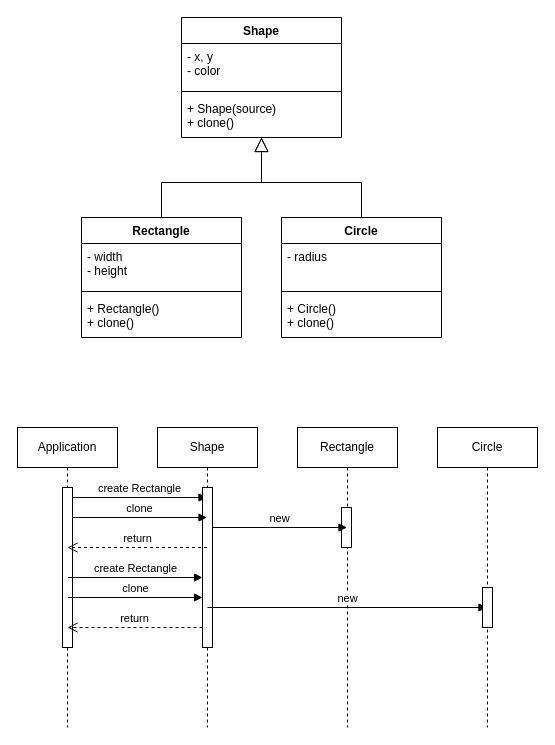
estebansalas18/Patrones-GoF keeps this draw.io diagram as page "Prototype" (4 of 10) of patrones_creacionales/Diagrama sin título.drawio. Above is the earlier version. Source tidied: cells renumbered, new cells numbered last; positions are measured from the earlier drawing's top-left corner, leaving out a move shared by most shapes. Both pictures are drawn from the tidied source at 100%, with x=0, y=0 at pixel (17, 17).
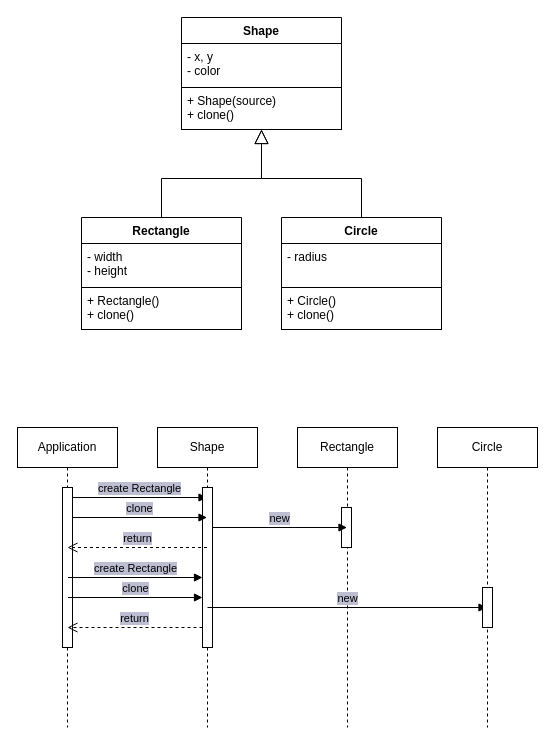
The same page after the edit.

The change refers to these unchanged cells:
```xml
<mxCell id="16" value="Application" style="shape=umlLifeline;perimeter=lifelinePerimeter;whiteSpace=wrap;html=1;" parent="1" vertex="1">
  <mxGeometry y="410" width="100" height="300" as="geometry" />
</mxCell>
<mxCell id="19" value="Shape" style="shape=umlLifeline;perimeter=lifelinePerimeter;whiteSpace=wrap;html=1;outlineConnect=0;" parent="1" vertex="1">
  <mxGeometry x="140" y="410" width="100" height="300" as="geometry" />
</mxCell>
<mxCell id="25" value="Rectangle" style="shape=umlLifeline;perimeter=lifelinePerimeter;whiteSpace=wrap;html=1;" parent="1" vertex="1">
  <mxGeometry x="280" y="410" width="100" height="300" as="geometry" />
</mxCell>
<mxCell id="29" value="Circle" style="shape=umlLifeline;perimeter=lifelinePerimeter;whiteSpace=wrap;html=1;outlineConnect=0;" parent="1" vertex="1">
  <mxGeometry x="420" y="410" width="100" height="300" as="geometry" />
</mxCell>
```

What changed in the source:
```diff
@@
-    <mxCell id="2" value="Shape" style="swimlane;fontStyle=1;align=center;verticalAlign=top;horizontal=1;startSize=26;" parent="1" vertex="1">
-      <mxGeometry x="164" width="160" height="120" as="geometry" />
+    <mxCell id="2" value="Shape" style="swimlane;fontStyle=1;align=center;verticalAlign=top;horizontal=1;startSize=26;fillColor=#FFFFFF;strokeColor=#000000;" parent="1" vertex="1">
+      <mxGeometry x="164" width="160" height="112" as="geometry" />
     </mxCell>
-    <mxCell id="3" value="- x, y&#10;- color" style="text;strokeColor=none;fillColor=none;align=left;verticalAlign=top;spacingLeft=4;spacingRight=4;overflow=hidden;" parent="2" vertex="1">
+    <mxCell id="3" value="- x, y&#10;- color" style="text;strokeColor=#000000;fillColor=#FFFFFF;align=left;verticalAlign=top;spacingLeft=4;spacingRight=4;overflow=hidden;" parent="2" vertex="1">
       <mxGeometry y="26" width="160" height="44" as="geometry" />
     </mxCell>
-    <mxCell id="4" style="line;strokeWidth=1;fillColor=none;align=left;verticalAlign=middle;spacingTop=-1;spacingLeft=3;spacingRight=3;labelPosition=right;" parent="2" vertex="1">
-      <mxGeometry y="70" width="160" height="8" as="geometry" />
-    </mxCell>
-    <mxCell id="5" value="+ Shape(source)&#10;+ clone()" style="text;strokeColor=none;fillColor=none;align=left;verticalAlign=top;spacingLeft=4;spacingRight=4;overflow=hidden;" parent="2" vertex="1">
-      <mxGeometry y="78" width="160" height="42" as="geometry" />
+    <mxCell id="5" value="+ Shape(source)&#10;+ clone()" style="text;strokeColor=#000000;fillColor=#FFFFFF;align=left;verticalAlign=top;spacingLeft=4;spacingRight=4;overflow=hidden;" parent="2" vertex="1">
+      <mxGeometry y="70" width="160" height="42" as="geometry" />
     </mxCell>
-    <mxCell id="6" style="edgeStyle=orthogonalEdgeStyle;rounded=0;jettySize=auto;html=1;endArrow=block;endFill=0;endSize=12;strokeWidth=1;" parent="1" edge="1" source="7" target="2">
+    <mxCell id="6" style="edgeStyle=orthogonalEdgeStyle;rounded=0;jettySize=auto;html=1;endArrow=block;endFill=0;endSize=12;strokeWidth=1;fillColor=#FFFFFF;strokeColor=#000000;" parent="1" edge="1" source="7" target="2">
       <mxGeometry relative="1" as="geometry" />
     </mxCell>
-    <mxCell id="7" value="Rectangle" style="swimlane;fontStyle=1;align=center;verticalAlign=top;horizontal=1;startSize=26;" parent="1" vertex="1">
-      <mxGeometry x="64" y="200" width="160" height="120" as="geometry" />
+    <mxCell id="7" value="Rectangle" style="swimlane;fontStyle=1;align=center;verticalAlign=top;horizontal=1;startSize=26;fillColor=#FFFFFF;strokeColor=#000000;" parent="1" vertex="1">
+      <mxGeometry x="64" y="200" width="160" height="112" as="geometry" />
     </mxCell>
-    <mxCell id="8" value="- width&#10;- height" style="text;strokeColor=none;fillColor=none;align=left;verticalAlign=top;spacingLeft=4;spacingRight=4;overflow=hidden;" parent="7" vertex="1">
+    <mxCell id="8" value="- width&#10;- height" style="text;strokeColor=#000000;fillColor=#FFFFFF;align=left;verticalAlign=top;spacingLeft=4;spacingRight=4;overflow=hidden;" parent="7" vertex="1">
       <mxGeometry y="26" width="160" height="44" as="geometry" />
     </mxCell>
-    <mxCell id="9" style="line;strokeWidth=1;fillColor=none;align=left;verticalAlign=middle;spacingTop=-1;spacingLeft=3;spacingRight=3;labelPosition=right;" parent="7" vertex="1">
-      <mxGeometry y="70" width="160" height="8" as="geometry" />
-    </mxCell>
-    <mxCell id="10" value="+ Rectangle()&#10;+ clone()" style="text;strokeColor=none;fillColor=none;align=left;verticalAlign=top;spacingLeft=4;spacingRight=4;overflow=hidden;" parent="7" vertex="1">
-      <mxGeometry y="78" width="160" height="42" as="geometry" />
+    <mxCell id="10" value="+ Rectangle()&#10;+ clone()" style="text;strokeColor=#000000;fillColor=#FFFFFF;align=left;verticalAlign=top;spacingLeft=4;spacingRight=4;overflow=hidden;" parent="7" vertex="1">
+      <mxGeometry y="70" width="160" height="42" as="geometry" />
     </mxCell>
-    <mxCell id="11" style="edgeStyle=orthogonalEdgeStyle;rounded=0;jettySize=auto;html=1;endArrow=block;endFill=0;endSize=12;strokeWidth=1;" parent="1" edge="1" source="12" target="2">
+    <mxCell id="11" style="edgeStyle=orthogonalEdgeStyle;rounded=0;jettySize=auto;html=1;endArrow=block;endFill=0;endSize=12;strokeWidth=1;fillColor=#FFFFFF;strokeColor=#000000;" parent="1" edge="1" source="12" target="2">
       <mxGeometry relative="1" as="geometry" />
     </mxCell>
-    <mxCell id="12" value="Circle" style="swimlane;fontStyle=1;align=center;verticalAlign=top;horizontal=1;startSize=26;" parent="1" vertex="1">
-      <mxGeometry x="264" y="200" width="160" height="120" as="geometry" />
+    <mxCell id="12" value="Circle" style="swimlane;fontStyle=1;align=center;verticalAlign=top;horizontal=1;startSize=26;fillColor=#FFFFFF;strokeColor=#000000;" parent="1" vertex="1">
+      <mxGeometry x="264" y="200" width="160" height="112" as="geometry" />
     </mxCell>
-    <mxCell id="13" value="- radius" style="text;strokeColor=none;fillColor=none;align=left;verticalAlign=top;spacingLeft=4;spacingRight=4;overflow=hidden;" parent="12" vertex="1">
+    <mxCell id="13" value="- radius" style="text;strokeColor=#000000;fillColor=#FFFFFF;align=left;verticalAlign=top;spacingLeft=4;spacingRight=4;overflow=hidden;" parent="12" vertex="1">
       <mxGeometry y="26" width="160" height="44" as="geometry" />
     </mxCell>
-    <mxCell id="14" style="line;strokeWidth=1;fillColor=none;align=left;verticalAlign=middle;spacingTop=-1;spacingLeft=3;spacingRight=3;labelPosition=right;" parent="12" vertex="1">
-      <mxGeometry y="70" width="160" height="8" as="geometry" />
-    </mxCell>
-    <mxCell id="15" value="+ Circle()&#10;+ clone()" style="text;strokeColor=none;fillColor=none;align=left;verticalAlign=top;spacingLeft=4;spacingRight=4;overflow=hidden;" parent="12" vertex="1">
-      <mxGeometry y="78" width="160" height="42" as="geometry" />
+    <mxCell id="15" value="+ Circle()&#10;+ clone()" style="text;strokeColor=#000000;fillColor=#FFFFFF;align=left;verticalAlign=top;spacingLeft=4;spacingRight=4;overflow=hidden;" parent="12" vertex="1">
+      <mxGeometry y="70" width="160" height="42" as="geometry" />
     </mxCell>
@@
-    <mxCell id="17" style="html=1;perimeter=orthogonalPerimeter;" parent="16" vertex="1">
+    <mxCell id="17" style="html=1;perimeter=orthogonalPerimeter;labelBackgroundColor=#BEBED3;" parent="16" vertex="1">
       <mxGeometry x="45" y="60" width="10" height="160" as="geometry" />
     </mxCell>
-    <mxCell id="18" value="create Rectangle" style="html=1;verticalAlign=bottom;endArrow=block;rounded=0;" parent="16" edge="1" target="19">
+    <mxCell id="18" value="create Rectangle" style="html=1;verticalAlign=bottom;endArrow=block;rounded=0;labelBackgroundColor=#BEBED3;" parent="16" edge="1" target="19">
       <mxGeometry relative="1" as="geometry">
         <mxPoint x="55" y="70" as="sourcePoint" />
       </mxGeometry>
     </mxCell>
@@
-    <mxCell id="20" style="html=1;perimeter=orthogonalPerimeter;" parent="19" vertex="1">
+    <mxCell id="20" style="html=1;perimeter=orthogonalPerimeter;labelBackgroundColor=#BEBED3;" parent="19" vertex="1">
       <mxGeometry x="45" y="60" width="10" height="160" as="geometry" />
     </mxCell>
-    <mxCell id="21" value="clone" style="html=1;verticalAlign=bottom;endArrow=block;rounded=0;" parent="19" edge="1">
+    <mxCell id="21" value="clone" style="html=1;verticalAlign=bottom;endArrow=block;rounded=0;labelBackgroundColor=#BEBED3;" parent="19" edge="1">
       <mxGeometry relative="1" as="geometry">
         <mxPoint x="-85" y="90" as="sourcePoint" />
         <mxPoint x="49.5" y="90" as="targetPoint" />
       </mxGeometry>
     </mxCell>
-    <mxCell id="22" value="create Rectangle" style="html=1;verticalAlign=bottom;endArrow=block;rounded=0;" parent="19" edge="1">
+    <mxCell id="22" value="create Rectangle" style="html=1;verticalAlign=bottom;endArrow=block;rounded=0;labelBackgroundColor=#BEBED3;" parent="19" edge="1">
       <mxGeometry relative="1" as="geometry">
         <mxPoint x="-89.5" y="150" as="sourcePoint" />
         <mxPoint x="45" y="150" as="targetPoint" />
       </mxGeometry>
     </mxCell>
-    <mxCell id="23" value="clone" style="html=1;verticalAlign=bottom;endArrow=block;rounded=0;" parent="19" edge="1">
+    <mxCell id="23" value="clone" style="html=1;verticalAlign=bottom;endArrow=block;rounded=0;labelBackgroundColor=#BEBED3;" parent="19" edge="1">
       <mxGeometry relative="1" as="geometry">
         <mxPoint x="-89.5" y="170" as="sourcePoint" />
         <mxPoint x="45" y="170" as="targetPoint" />
       </mxGeometry>
     </mxCell>
-    <mxCell id="24" value="return" style="html=1;verticalAlign=bottom;endArrow=open;dashed=1;endSize=8;rounded=0;" parent="19" edge="1">
+    <mxCell id="24" value="return" style="html=1;verticalAlign=bottom;endArrow=open;dashed=1;endSize=8;rounded=0;labelBackgroundColor=#BEBED3;" parent="19" edge="1">
       <mxGeometry relative="1" as="geometry">
         <mxPoint x="45" y="200" as="sourcePoint" />
         <mxPoint x="-90" y="200" as="targetPoint" />
       </mxGeometry>
     </mxCell>
@@
-    <mxCell id="26" style="html=1;perimeter=orthogonalPerimeter;" parent="25" vertex="1">
+    <mxCell id="26" style="html=1;perimeter=orthogonalPerimeter;labelBackgroundColor=#BEBED3;" parent="25" vertex="1">
       <mxGeometry x="44" y="80" width="10" height="40" as="geometry" />
     </mxCell>
-    <mxCell id="27" value="new" style="html=1;verticalAlign=bottom;endArrow=block;rounded=0;" parent="25" edge="1">
+    <mxCell id="27" value="new" style="html=1;verticalAlign=bottom;endArrow=block;rounded=0;labelBackgroundColor=#BEBED3;" parent="25" edge="1">
       <mxGeometry relative="1" as="geometry">
         <mxPoint x="-85" y="100" as="sourcePoint" />
         <mxPoint x="49.5" y="100" as="targetPoint" />
       </mxGeometry>
     </mxCell>
-    <mxCell id="28" value="new" style="html=1;verticalAlign=bottom;endArrow=block;rounded=0;" parent="25" edge="1" target="29">
+    <mxCell id="28" value="new" style="html=1;verticalAlign=bottom;endArrow=block;rounded=0;labelBackgroundColor=#BEBED3;" parent="25" edge="1" target="29">
       <mxGeometry relative="1" as="geometry">
         <mxPoint x="-90" y="180" as="sourcePoint" />
       </mxGeometry>
     </mxCell>
@@
-    <mxCell id="30" style="html=1;perimeter=orthogonalPerimeter;" parent="29" vertex="1">
+    <mxCell id="30" style="html=1;perimeter=orthogonalPerimeter;labelBackgroundColor=#BEBED3;" parent="29" vertex="1">
       <mxGeometry x="45" y="160" width="10" height="40" as="geometry" />
     </mxCell>
-    <mxCell id="31" value="return" style="html=1;verticalAlign=bottom;endArrow=open;dashed=1;endSize=8;rounded=0;" parent="1" edge="1" source="19">
+    <mxCell id="31" value="return" style="html=1;verticalAlign=bottom;endArrow=open;dashed=1;endSize=8;rounded=0;labelBackgroundColor=#BEBED3;" parent="1" edge="1" source="19">
       <mxGeometry relative="1" as="geometry">
         <mxPoint x="50" y="530" as="targetPoint" />
       </mxGeometry>
     </mxCell>
```
